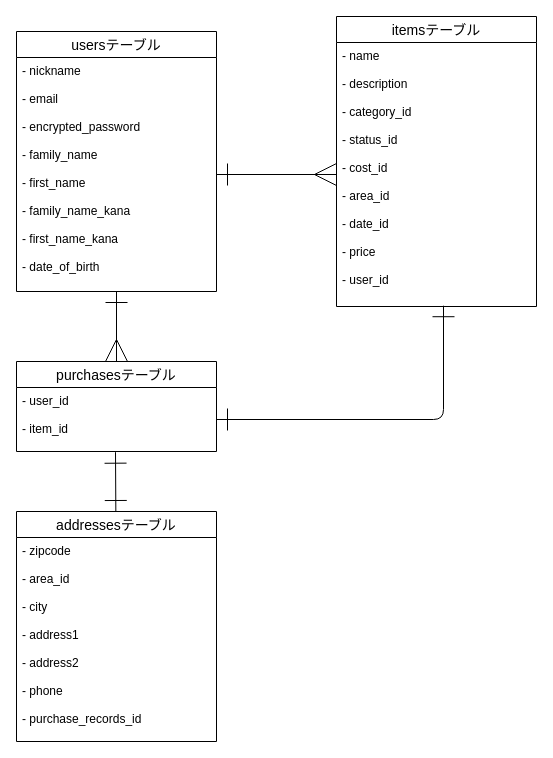
Above: furima.dio in nekoyarow/furima-38317 (draw.io), before the change. Source tidied: cells renumbered, new cells numbered last; positions are measured from the earlier drawing's top-left corner, leaving out a move shared by most shapes. Both pictures are drawn from the tidied source at 100%, with x=0, y=0 at pixel (16, 16).
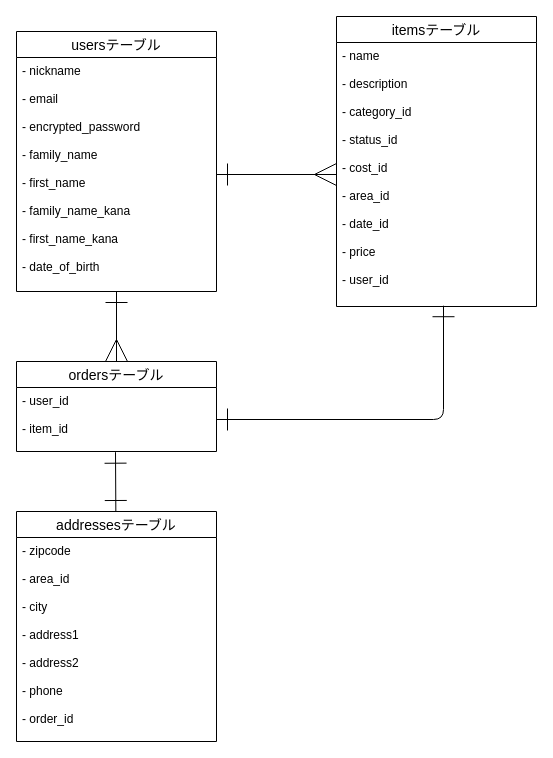
Above is the later version.

Diff of the diagram source:
```diff
@@
 <mxGraphModel>
   <root>
     <mxCell id="0" />
     <mxCell id="1" parent="0" />
     <mxCell id="2" value="usersテーブル" style="swimlane;fontStyle=0;horizontal=1;startSize=26;align=center;fontSize=14;" parent="1" vertex="1">
       <mxGeometry y="15" width="200" height="260" as="geometry" />
     </mxCell>
     <mxCell id="3" value="- nickname&#10;&#10;- email&#10;&#10;- encrypted_password&#10;&#10;- family_name&#10;&#10;- first_name&#10;&#10;- family_name_kana&#10;&#10;- first_name_kana&#10;&#10;- date_of_birth" style="text;strokeColor=none;fillColor=none;spacingLeft=4;spacingRight=4;overflow=hidden;points=[[0,0.5],[1,0.5]];portConstraint=eastwest;fontSize=12;" parent="2" vertex="1">
       <mxGeometry y="26" width="200" height="234" as="geometry" />
     </mxCell>
     <mxCell id="4" value="itemsテーブル" style="swimlane;fontStyle=0;horizontal=1;startSize=26;align=center;fontSize=14;" parent="1" vertex="1">
       <mxGeometry x="320" width="200" height="290" as="geometry" />
     </mxCell>
     <mxCell id="5" value="- name&#10;&#10;- description&#10;&#10;- category_id&#10;&#10;- status_id&#10;&#10;- cost_id&#10;&#10;- area_id&#10;&#10;- date_id&#10;&#10;- price&#10;&#10;- user_id" style="text;strokeColor=none;fillColor=none;spacingLeft=4;spacingRight=4;overflow=hidden;points=[[0,0.5],[1,0.5]];portConstraint=eastwest;fontSize=12;" parent="4" vertex="1">
       <mxGeometry y="26" width="200" height="264" as="geometry" />
     </mxCell>
     <mxCell id="6" style="html=1;startArrow=ERone;startFill=0;endArrow=ERone;endFill=0;startSize=20;endSize=20;strokeWidth=1;entryX=0.495;entryY=1.011;entryDx=0;entryDy=0;entryPerimeter=0;" parent="1" edge="1" source="7" target="10">
       <mxGeometry relative="1" as="geometry" />
     </mxCell>
     <mxCell id="7" value="addressesテーブル" style="swimlane;fontStyle=0;horizontal=1;startSize=26;align=center;fontSize=14;" parent="1" vertex="1">
       <mxGeometry y="495" width="200" height="230" as="geometry" />
     </mxCell>
-    <mxCell id="8" value="- zipcode&#10;&#10;- area_id&#10;&#10;- city&#10;&#10;- address1&#10;&#10;- address2&#10;&#10;- phone&#10;&#10;- purchase_records_id&#10;&#10;" style="text;strokeColor=none;fillColor=none;spacingLeft=4;spacingRight=4;overflow=hidden;fontSize=12;" parent="7" vertex="1">
+    <mxCell id="8" value="- zipcode&#10;&#10;- area_id&#10;&#10;- city&#10;&#10;- address1&#10;&#10;- address2&#10;&#10;- phone&#10;&#10;- order_id&#10;&#10;" style="text;strokeColor=none;fillColor=none;spacingLeft=4;spacingRight=4;overflow=hidden;fontSize=12;" parent="7" vertex="1">
       <mxGeometry y="26" width="200" height="204" as="geometry" />
     </mxCell>
-    <mxCell id="9" value="purchasesテーブル" style="swimlane;fontStyle=0;horizontal=1;startSize=26;align=center;fontSize=14;" parent="1" vertex="1">
+    <mxCell id="9" value="ordersテーブル" style="swimlane;fontStyle=0;horizontal=1;startSize=26;align=center;fontSize=14;" parent="1" vertex="1">
       <mxGeometry y="345" width="200" height="90" as="geometry" />
     </mxCell>
     <mxCell id="10" value="- user_id&#10;&#10;- item_id&#10;&#10;" style="text;strokeColor=none;fillColor=none;spacingLeft=4;spacingRight=4;overflow=hidden;points=[[0,0.5],[1,0.5]];portConstraint=eastwest;fontSize=12;" parent="9" vertex="1">
       <mxGeometry y="26" width="200" height="64" as="geometry" />
     </mxCell>
     <mxCell id="11" style="edgeStyle=none;html=1;startArrow=ERone;startFill=0;endArrow=ERmany;endFill=0;startSize=20;endSize=20;strokeWidth=1;" parent="1" edge="1" source="3" target="5">
       <mxGeometry relative="1" as="geometry" />
     </mxCell>
     <mxCell id="12" style="html=1;startArrow=ERone;startFill=0;endArrow=ERmany;endFill=0;startSize=20;endSize=20;strokeWidth=1;entryX=0.5;entryY=0;entryDx=0;entryDy=0;" parent="1" edge="1" source="3" target="9">
       <mxGeometry relative="1" as="geometry" />
     </mxCell>
     <mxCell id="13" style="edgeStyle=orthogonalEdgeStyle;html=1;entryX=0.535;entryY=0.997;entryDx=0;entryDy=0;entryPerimeter=0;startArrow=ERone;startFill=0;endArrow=ERone;endFill=0;startSize=20;endSize=20;strokeWidth=1;" parent="1" edge="1" source="10" target="5">
       <mxGeometry relative="1" as="geometry" />
     </mxCell>
   </root>
 </mxGraphModel>
```
